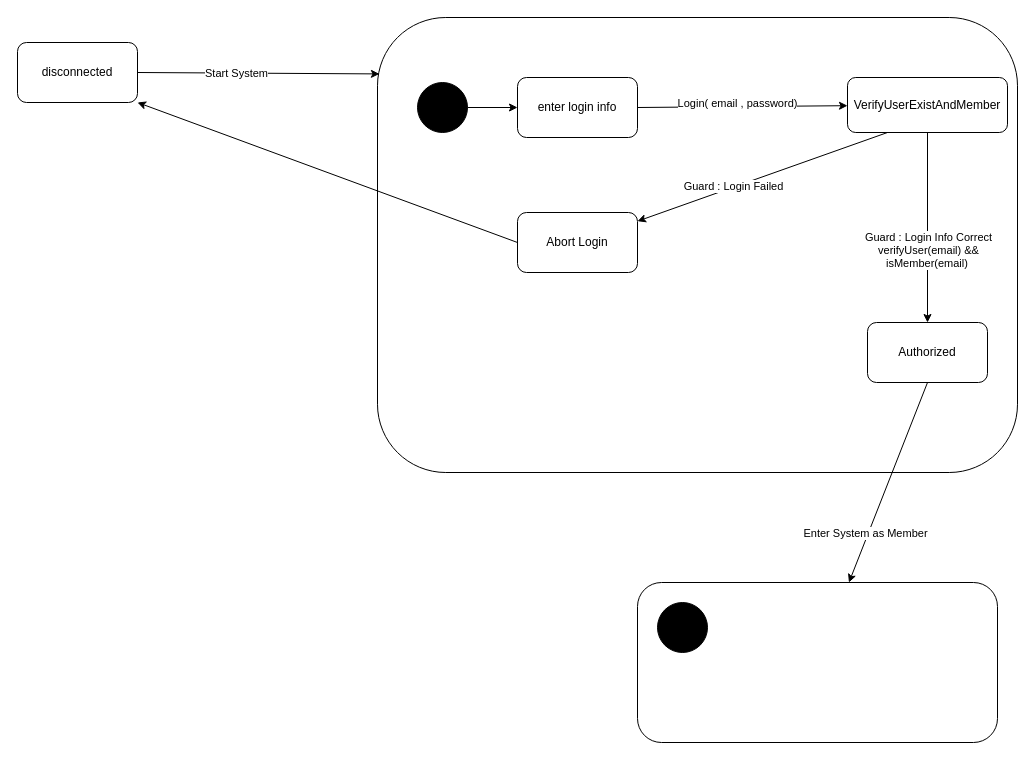
Earlier version of the draw.io diagram תרשימים/LoginSC.drawio (LevyIfta/Team-19B-Project). Source tidied: cells renumbered, new cells numbered last; positions are measured from the earlier drawing's top-left corner, leaving out a move shared by most shapes. Both pictures are drawn from the tidied source at 100%, with x=0, y=0 at pixel (17, 17).
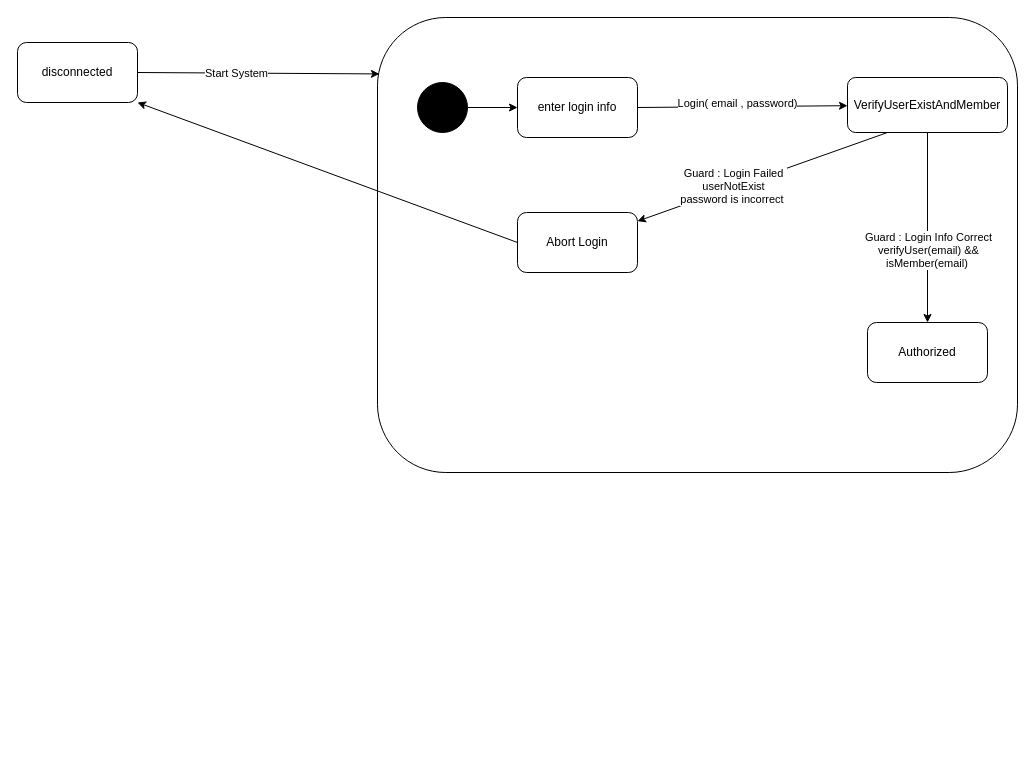
The same page after the edit.

Unchanged cells that the change refers to:
```xml
<mxCell id="12" style="endArrow=classic;html=1;exitX=0.25;exitY=1;exitDx=0;exitDy=0;" parent="1" edge="1" source="11" target="14">
  <mxGeometry relative="1" as="geometry" />
</mxCell>
<mxCell id="17" value="Authorized" style="rounded=1;whiteSpace=wrap;html=1;" parent="1" vertex="1">
  <mxGeometry x="850" y="305" width="120" height="60" as="geometry" />
</mxCell>
```

What changed in the source:
```diff
@@
-    <mxCell id="13" value="Guard : Login Failed" style="edgeLabel;html=1;align=center;verticalAlign=middle;" parent="12" vertex="1">
+    <mxCell id="13" value="Guard : Login Failed&lt;br&gt;userNotExist&lt;br&gt;password is incorrect&amp;nbsp;" style="edgeLabel;html=1;align=center;verticalAlign=middle;" parent="12" vertex="1">
       <mxGeometry x="0.24" relative="1" as="geometry">
         <mxPoint y="-1" as="offset" />
       </mxGeometry>
     </mxCell>
@@
-    <mxCell id="18" style="endArrow=classic;html=1;exitX=0.5;exitY=1;exitDx=0;exitDy=0;" parent="1" edge="1" source="17" target="20">
-      <mxGeometry relative="1" as="geometry" />
-    </mxCell>
-    <mxCell id="19" value="Enter System as Member" style="edgeLabel;html=1;align=center;verticalAlign=middle;" parent="18" vertex="1">
-      <mxGeometry x="0.52" y="-3" relative="1" as="geometry" />
-    </mxCell>
-    <mxCell id="20" style="rounded=1;whiteSpace=wrap;html=1;" parent="1" vertex="1">
-      <mxGeometry x="620" y="565" width="360" height="160" as="geometry" />
-    </mxCell>
-    <mxCell id="21" style="shape=mxgraph.bpmn.shape;html=1;verticalLabelPosition=bottom;labelBackgroundColor=#ffffff;verticalAlign=top;align=center;perimeter=ellipsePerimeter;outline=standard;symbol=general;fillColor=#000000;" parent="1" vertex="1">
-      <mxGeometry x="640" y="585" width="50" height="50" as="geometry" />
-    </mxCell>
```
